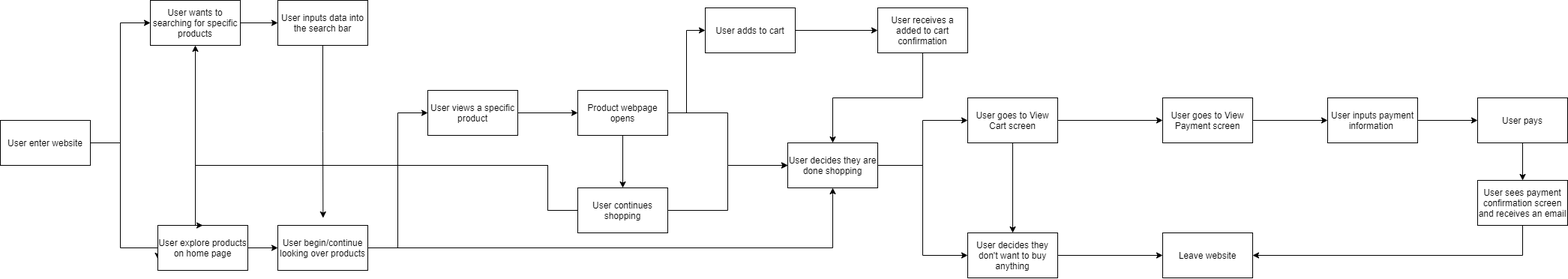
This is explore/diagramming/diagram.drawio.png from Caitlin-Lee/fa21-cse110-lab4, a draw.io export, as it was before one commit. Source tidied: cells renumbered, new cells last; positions are measured from the earlier drawing's top-left corner, leaving out a move shared by most shapes.
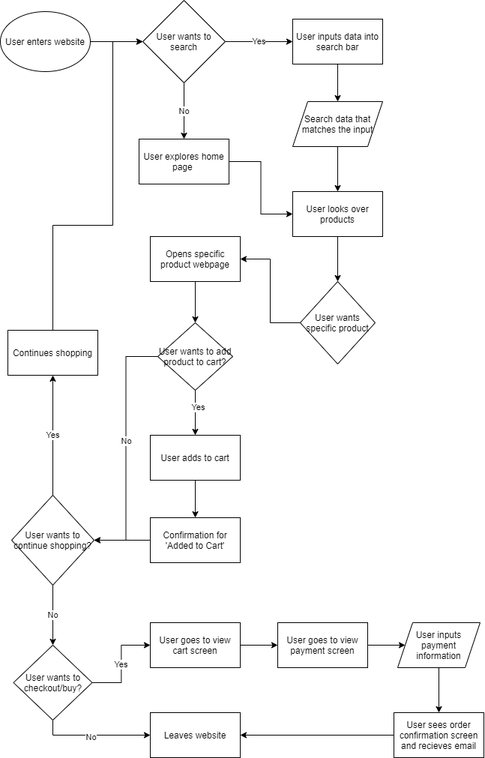
After the change.

The edit, as a diff of the source:
```diff
@@ -2,155 +2,145 @@
   <root>
     <mxCell id="0" />
     <mxCell id="1" parent="0" />
-    <mxCell id="2" style="edgeStyle=orthogonalEdgeStyle;rounded=0;jettySize=auto;html=1;exitX=1;exitY=0.5;exitDx=0;exitDy=0;entryX=0;entryY=0.5;entryDx=0;entryDy=0;" parent="1" edge="1" source="4" target="6">
-      <mxGeometry relative="1" as="geometry" />
-    </mxCell>
-    <mxCell id="3" style="edgeStyle=orthogonalEdgeStyle;rounded=0;jettySize=auto;html=1;exitX=1;exitY=0.5;exitDx=0;exitDy=0;entryX=0;entryY=0.75;entryDx=0;entryDy=0;" parent="1" edge="1" source="4" target="8">
-      <mxGeometry relative="1" as="geometry">
-        <Array as="points">
-          <mxPoint x="160" y="190" />
-          <mxPoint x="160" y="330" />
-          <mxPoint x="210" y="330" />
-        </Array>
-      </mxGeometry>
-    </mxCell>
-    <mxCell id="4" value="User enter website" style="rounded=0;whiteSpace=wrap;html=1;" parent="1" vertex="1">
-      <mxGeometry y="160" width="120" height="60" as="geometry" />
-    </mxCell>
-    <mxCell id="5" style="edgeStyle=orthogonalEdgeStyle;rounded=0;jettySize=auto;html=1;exitX=1;exitY=0.5;exitDx=0;exitDy=0;entryX=0;entryY=0.5;entryDx=0;entryDy=0;" parent="1" edge="1" source="6" target="10">
-      <mxGeometry relative="1" as="geometry" />
-    </mxCell>
-    <mxCell id="6" value="User wants to searching for specific products" style="rounded=0;whiteSpace=wrap;html=1;" parent="1" vertex="1">
-      <mxGeometry x="200" width="120" height="60" as="geometry" />
-    </mxCell>
-    <mxCell id="7" style="edgeStyle=orthogonalEdgeStyle;rounded=0;jettySize=auto;html=1;exitX=1;exitY=0.5;exitDx=0;exitDy=0;entryX=0;entryY=0.5;entryDx=0;entryDy=0;" parent="1" edge="1" source="8" target="13">
-      <mxGeometry relative="1" as="geometry" />
-    </mxCell>
-    <mxCell id="8" value="User explore products on home page" style="rounded=0;whiteSpace=wrap;html=1;" parent="1" vertex="1">
-      <mxGeometry x="210" y="300" width="120" height="60" as="geometry" />
-    </mxCell>
-    <mxCell id="9" style="edgeStyle=orthogonalEdgeStyle;rounded=0;jettySize=auto;html=1;exitX=0.5;exitY=1;exitDx=0;exitDy=0;" parent="1" edge="1" source="10">
-      <mxGeometry relative="1" as="geometry">
-        <mxPoint x="430.4" y="290" as="targetPoint" />
-      </mxGeometry>
-    </mxCell>
-    <mxCell id="10" value="User inputs data into the search bar" style="rounded=0;whiteSpace=wrap;html=1;" parent="1" vertex="1">
-      <mxGeometry x="370" width="120" height="60" as="geometry" />
-    </mxCell>
-    <mxCell id="11" style="edgeStyle=orthogonalEdgeStyle;rounded=0;jettySize=auto;html=1;exitX=1;exitY=0.5;exitDx=0;exitDy=0;entryX=0;entryY=0.5;entryDx=0;entryDy=0;" parent="1" edge="1" source="13" target="15">
-      <mxGeometry relative="1" as="geometry" />
-    </mxCell>
-    <mxCell id="12" style="edgeStyle=orthogonalEdgeStyle;rounded=0;jettySize=auto;html=1;exitX=1;exitY=0.5;exitDx=0;exitDy=0;entryX=0.5;entryY=1;entryDx=0;entryDy=0;" parent="1" edge="1" source="13" target="30">
-      <mxGeometry relative="1" as="geometry" />
-    </mxCell>
-    <mxCell id="13" value="User begin/continue looking over products" style="rounded=0;whiteSpace=wrap;html=1;" parent="1" vertex="1">
-      <mxGeometry x="370" y="300" width="120" height="60" as="geometry" />
-    </mxCell>
-    <mxCell id="14" style="edgeStyle=orthogonalEdgeStyle;rounded=0;jettySize=auto;html=1;exitX=1;exitY=0.5;exitDx=0;exitDy=0;entryX=0;entryY=0.5;entryDx=0;entryDy=0;" parent="1" edge="1" source="15" target="27">
-      <mxGeometry relative="1" as="geometry" />
-    </mxCell>
-    <mxCell id="15" value="User views a specific product" style="rounded=0;whiteSpace=wrap;html=1;" parent="1" vertex="1">
-      <mxGeometry x="570" y="120" width="120" height="60" as="geometry" />
-    </mxCell>
-    <mxCell id="16" style="edgeStyle=orthogonalEdgeStyle;rounded=0;jettySize=auto;html=1;exitX=0;exitY=0.5;exitDx=0;exitDy=0;entryX=0.5;entryY=1;entryDx=0;entryDy=0;" parent="1" edge="1" source="19" target="6">
-      <mxGeometry relative="1" as="geometry">
-        <Array as="points">
-          <mxPoint x="730" y="280" />
-          <mxPoint x="730" y="220" />
-          <mxPoint x="260" y="220" />
-        </Array>
-      </mxGeometry>
-    </mxCell>
-    <mxCell id="17" style="edgeStyle=orthogonalEdgeStyle;rounded=0;jettySize=auto;html=1;exitX=1;exitY=0.5;exitDx=0;exitDy=0;entryX=0;entryY=0.5;entryDx=0;entryDy=0;" parent="1" edge="1" source="19" target="30">
-      <mxGeometry relative="1" as="geometry" />
-    </mxCell>
-    <mxCell id="18" style="edgeStyle=orthogonalEdgeStyle;rounded=0;jettySize=auto;html=1;exitX=0;exitY=0.5;exitDx=0;exitDy=0;entryX=0.5;entryY=0;entryDx=0;entryDy=0;" parent="1" edge="1" source="19" target="8">
-      <mxGeometry relative="1" as="geometry">
-        <Array as="points">
-          <mxPoint x="730" y="280" />
-          <mxPoint x="730" y="220" />
-          <mxPoint x="260" y="220" />
-          <mxPoint x="260" y="300" />
-        </Array>
-      </mxGeometry>
-    </mxCell>
-    <mxCell id="19" value="User continues shopping" style="rounded=0;whiteSpace=wrap;html=1;" parent="1" vertex="1">
-      <mxGeometry x="770" y="250" width="120" height="60" as="geometry" />
-    </mxCell>
-    <mxCell id="20" style="edgeStyle=orthogonalEdgeStyle;rounded=0;jettySize=auto;html=1;exitX=1;exitY=0.5;exitDx=0;exitDy=0;entryX=0;entryY=0.5;entryDx=0;entryDy=0;" parent="1" edge="1" source="21" target="23">
-      <mxGeometry relative="1" as="geometry" />
-    </mxCell>
+    <mxCell id="45" style="edgeStyle=orthogonalEdgeStyle;rounded=0;jettySize=auto;html=1;exitX=1;exitY=0.5;exitDx=0;exitDy=0;entryX=0;entryY=0.5;entryDx=0;entryDy=0;" parent="1" edge="1" source="46" target="49">
+      <mxGeometry relative="1" as="geometry" />
+    </mxCell>
+    <mxCell id="46" value="User enters website" style="ellipse;whiteSpace=wrap;html=1;" parent="1" vertex="1">
+      <mxGeometry x="-10" y="-145" width="120" height="80" as="geometry" />
+    </mxCell>
+    <mxCell id="47" value="Yes" style="edgeStyle=orthogonalEdgeStyle;rounded=0;jettySize=auto;html=1;exitX=1;exitY=0.5;exitDx=0;exitDy=0;entryX=0;entryY=0.5;entryDx=0;entryDy=0;" parent="1" edge="1" source="49" target="51">
+      <mxGeometry relative="1" as="geometry" />
+    </mxCell>
+    <mxCell id="48" value="No" style="edgeStyle=orthogonalEdgeStyle;rounded=0;jettySize=auto;html=1;exitX=0.5;exitY=1;exitDx=0;exitDy=0;entryX=0.5;entryY=0;entryDx=0;entryDy=0;" parent="1" edge="1" source="49" target="53">
+      <mxGeometry relative="1" as="geometry" />
+    </mxCell>
+    <mxCell id="49" value="User wants to search" style="rhombus;whiteSpace=wrap;html=1;" parent="1" vertex="1">
+      <mxGeometry x="180" y="-160" width="110" height="110" as="geometry" />
+    </mxCell>
+    <mxCell id="50" style="edgeStyle=orthogonalEdgeStyle;rounded=0;jettySize=auto;html=1;exitX=0.5;exitY=1;exitDx=0;exitDy=0;" parent="1" edge="1" source="51" target="57">
+      <mxGeometry relative="1" as="geometry" />
+    </mxCell>
+    <mxCell id="51" value="User inputs data into search bar" style="rounded=0;whiteSpace=wrap;html=1;" parent="1" vertex="1">
+      <mxGeometry x="380" y="-135" width="120" height="60" as="geometry" />
+    </mxCell>
+    <mxCell id="52" style="edgeStyle=orthogonalEdgeStyle;rounded=0;jettySize=auto;html=1;exitX=1;exitY=0.5;exitDx=0;exitDy=0;entryX=0;entryY=0.5;entryDx=0;entryDy=0;" parent="1" edge="1" source="53" target="55">
+      <mxGeometry relative="1" as="geometry" />
+    </mxCell>
+    <mxCell id="53" value="User explores home page&amp;nbsp;" style="rounded=0;whiteSpace=wrap;html=1;" parent="1" vertex="1">
+      <mxGeometry x="175" y="25" width="120" height="60" as="geometry" />
+    </mxCell>
+    <mxCell id="54" style="edgeStyle=orthogonalEdgeStyle;rounded=0;jettySize=auto;html=1;exitX=0.5;exitY=1;exitDx=0;exitDy=0;entryX=0.5;entryY=0;entryDx=0;entryDy=0;" parent="1" edge="1" source="55" target="59">
+      <mxGeometry relative="1" as="geometry" />
+    </mxCell>
+    <mxCell id="55" value="User looks over products" style="rounded=0;whiteSpace=wrap;html=1;" parent="1" vertex="1">
+      <mxGeometry x="380" y="95" width="120" height="60" as="geometry" />
+    </mxCell>
+    <mxCell id="56" style="edgeStyle=orthogonalEdgeStyle;rounded=0;jettySize=auto;html=1;" parent="1" edge="1" source="57" target="55">
+      <mxGeometry relative="1" as="geometry" />
+    </mxCell>
+    <mxCell id="57" value="Search data that matches the input" style="shape=parallelogram;perimeter=parallelogramPerimeter;whiteSpace=wrap;html=1;fixedSize=1;" parent="1" vertex="1">
+      <mxGeometry x="380" y="-25" width="120" height="60" as="geometry" />
+    </mxCell>
+    <mxCell id="58" style="edgeStyle=orthogonalEdgeStyle;rounded=0;jettySize=auto;html=1;" parent="1" edge="1" source="59" target="61">
+      <mxGeometry relative="1" as="geometry" />
+    </mxCell>
+    <mxCell id="59" value="User wants specific product" style="rhombus;whiteSpace=wrap;html=1;" parent="1" vertex="1">
+      <mxGeometry x="390" y="215" width="100" height="110" as="geometry" />
+    </mxCell>
+    <mxCell id="60" style="edgeStyle=orthogonalEdgeStyle;rounded=0;jettySize=auto;html=1;exitX=0.5;exitY=1;exitDx=0;exitDy=0;entryX=0.5;entryY=0;entryDx=0;entryDy=0;" parent="1" edge="1" source="61" target="66">
+      <mxGeometry relative="1" as="geometry" />
+    </mxCell>
+    <mxCell id="61" value="Opens specific product webpage" style="whiteSpace=wrap;html=1;" parent="1" vertex="1">
+      <mxGeometry x="190" y="155" width="120" height="60" as="geometry" />
+    </mxCell>
+    <mxCell id="62" style="edgeStyle=orthogonalEdgeStyle;rounded=0;jettySize=auto;html=1;" parent="1" edge="1" source="66" target="21">
+      <mxGeometry relative="1" as="geometry" />
+    </mxCell>
+    <mxCell id="63" value="Yes" style="edgeLabel;html=1;align=center;verticalAlign=middle;" parent="62" vertex="1">
+      <mxGeometry x="-0.26" y="3" relative="1" as="geometry" />
+    </mxCell>
+    <mxCell id="64" style="edgeStyle=orthogonalEdgeStyle;rounded=0;jettySize=auto;html=1;exitX=0;exitY=0.5;exitDx=0;exitDy=0;entryX=1;entryY=0.5;entryDx=0;entryDy=0;" parent="1" edge="1" source="66" target="74">
+      <mxGeometry relative="1" as="geometry" />
+    </mxCell>
+    <mxCell id="65" value="No" style="edgeLabel;html=1;align=center;verticalAlign=middle;" parent="64" vertex="1">
+      <mxGeometry x="-0.08" relative="1" as="geometry">
+        <mxPoint y="1" as="offset" />
+      </mxGeometry>
+    </mxCell>
+    <mxCell id="66" value="User wants to add product to cart?" style="rhombus;whiteSpace=wrap;html=1;" parent="1" vertex="1">
+      <mxGeometry x="200" y="270" width="100" height="90" as="geometry" />
+    </mxCell>
+    <mxCell id="67" style="edgeStyle=orthogonalEdgeStyle;rounded=0;jettySize=auto;html=1;exitX=0.5;exitY=0;exitDx=0;exitDy=0;entryX=0;entryY=0.5;entryDx=0;entryDy=0;" parent="1" edge="1" source="68" target="49">
+      <mxGeometry relative="1" as="geometry">
+        <Array as="points">
+          <mxPoint x="60" y="140" />
+          <mxPoint x="140" y="140" />
+          <mxPoint x="140" y="-105" />
+        </Array>
+      </mxGeometry>
+    </mxCell>
+    <mxCell id="68" value="Continues shopping" style="whiteSpace=wrap;html=1;" parent="1" vertex="1">
+      <mxGeometry y="280" width="120" height="60" as="geometry" />
+    </mxCell>
+    <mxCell id="69" style="edgeStyle=orthogonalEdgeStyle;rounded=0;jettySize=auto;html=1;" parent="1" edge="1" source="21" target="71">
+      <mxGeometry relative="1" as="geometry" />
+    </mxCell>
-    <mxCell id="21" value="User adds to cart" style="rounded=0;whiteSpace=wrap;html=1;" parent="1" vertex="1">
-      <mxGeometry x="940" y="10" width="120" height="60" as="geometry" />
+    <mxCell id="21" value="User adds to cart" style="whiteSpace=wrap;html=1;" parent="1" vertex="1">
+      <mxGeometry x="190" y="420" width="120" height="60" as="geometry" />
     </mxCell>
-    <mxCell id="22" style="edgeStyle=orthogonalEdgeStyle;rounded=0;jettySize=auto;html=1;exitX=0.5;exitY=1;exitDx=0;exitDy=0;entryX=0.5;entryY=0;entryDx=0;entryDy=0;" parent="1" edge="1" source="23" target="30">
-      <mxGeometry relative="1" as="geometry" />
-    </mxCell>
-    <mxCell id="23" value="User receives a added to cart confirmation" style="rounded=0;whiteSpace=wrap;html=1;" parent="1" vertex="1">
-      <mxGeometry x="1170" y="10" width="120" height="60" as="geometry" />
-    </mxCell>
-    <mxCell id="24" style="edgeStyle=orthogonalEdgeStyle;rounded=0;jettySize=auto;html=1;exitX=0.5;exitY=1;exitDx=0;exitDy=0;entryX=0.5;entryY=0;entryDx=0;entryDy=0;" parent="1" edge="1" source="27" target="19">
-      <mxGeometry relative="1" as="geometry" />
-    </mxCell>
-    <mxCell id="25" style="edgeStyle=orthogonalEdgeStyle;rounded=0;jettySize=auto;html=1;exitX=1;exitY=0.5;exitDx=0;exitDy=0;entryX=0;entryY=0.5;entryDx=0;entryDy=0;" parent="1" edge="1" source="27" target="21">
-      <mxGeometry relative="1" as="geometry" />
-    </mxCell>
-    <mxCell id="26" style="edgeStyle=orthogonalEdgeStyle;rounded=0;jettySize=auto;html=1;exitX=1;exitY=0.5;exitDx=0;exitDy=0;entryX=0;entryY=0.5;entryDx=0;entryDy=0;" parent="1" edge="1" source="27" target="30">
-      <mxGeometry relative="1" as="geometry" />
-    </mxCell>
-    <mxCell id="27" value="Product webpage opens" style="rounded=0;whiteSpace=wrap;html=1;" parent="1" vertex="1">
-      <mxGeometry x="770" y="120" width="120" height="60" as="geometry" />
-    </mxCell>
-    <mxCell id="28" style="edgeStyle=orthogonalEdgeStyle;rounded=0;jettySize=auto;html=1;exitX=1;exitY=0.5;exitDx=0;exitDy=0;entryX=0;entryY=0.5;entryDx=0;entryDy=0;" parent="1" edge="1" source="30" target="32">
-      <mxGeometry relative="1" as="geometry" />
-    </mxCell>
-    <mxCell id="29" style="edgeStyle=orthogonalEdgeStyle;rounded=0;jettySize=auto;html=1;exitX=1;exitY=0.5;exitDx=0;exitDy=0;" parent="1" edge="1" source="30" target="35">
-      <mxGeometry relative="1" as="geometry" />
-    </mxCell>
-    <mxCell id="30" value="User decides they are done shopping" style="rounded=0;whiteSpace=wrap;html=1;" parent="1" vertex="1">
-      <mxGeometry x="1050" y="190" width="120" height="60" as="geometry" />
-    </mxCell>
-    <mxCell id="31" style="edgeStyle=orthogonalEdgeStyle;rounded=0;jettySize=auto;html=1;exitX=1;exitY=0.5;exitDx=0;exitDy=0;entryX=0;entryY=0.5;entryDx=0;entryDy=0;" parent="1" edge="1" source="32" target="40">
-      <mxGeometry relative="1" as="geometry" />
-    </mxCell>
-    <mxCell id="32" value="User decides they don't want to buy anything" style="rounded=0;whiteSpace=wrap;html=1;" parent="1" vertex="1">
-      <mxGeometry x="1290" y="310" width="120" height="60" as="geometry" />
-    </mxCell>
-    <mxCell id="33" style="edgeStyle=orthogonalEdgeStyle;rounded=0;jettySize=auto;html=1;exitX=0.5;exitY=1;exitDx=0;exitDy=0;entryX=0.5;entryY=0;entryDx=0;entryDy=0;" parent="1" edge="1" source="35" target="32">
-      <mxGeometry relative="1" as="geometry" />
-    </mxCell>
-    <mxCell id="34" style="edgeStyle=orthogonalEdgeStyle;rounded=0;jettySize=auto;html=1;exitX=1;exitY=0.5;exitDx=0;exitDy=0;" parent="1" edge="1" source="35" target="37">
-      <mxGeometry relative="1" as="geometry" />
-    </mxCell>
-    <mxCell id="35" value="User goes to View Cart screen" style="rounded=0;whiteSpace=wrap;html=1;" parent="1" vertex="1">
-      <mxGeometry x="1290" y="130" width="120" height="60" as="geometry" />
-    </mxCell>
-    <mxCell id="36" style="edgeStyle=orthogonalEdgeStyle;rounded=0;jettySize=auto;html=1;exitX=1;exitY=0.5;exitDx=0;exitDy=0;" parent="1" edge="1" source="37" target="39">
-      <mxGeometry relative="1" as="geometry" />
-    </mxCell>
-    <mxCell id="37" value="User goes to View Payment screen" style="rounded=0;whiteSpace=wrap;html=1;" parent="1" vertex="1">
-      <mxGeometry x="1550" y="130" width="120" height="60" as="geometry" />
-    </mxCell>
-    <mxCell id="38" style="edgeStyle=orthogonalEdgeStyle;rounded=0;jettySize=auto;html=1;exitX=1;exitY=0.5;exitDx=0;exitDy=0;entryX=0;entryY=0.5;entryDx=0;entryDy=0;" parent="1" edge="1" source="39" target="42">
-      <mxGeometry relative="1" as="geometry" />
-    </mxCell>
+    <mxCell id="70" style="edgeStyle=orthogonalEdgeStyle;rounded=0;jettySize=auto;html=1;" parent="1" edge="1" source="71" target="74">
+      <mxGeometry relative="1" as="geometry" />
+    </mxCell>
+    <mxCell id="71" value="Confirmation for 'Added to Cart'" style="whiteSpace=wrap;html=1;" parent="1" vertex="1">
+      <mxGeometry x="190" y="530" width="120" height="60" as="geometry" />
+    </mxCell>
+    <mxCell id="72" value="Yes" style="edgeStyle=orthogonalEdgeStyle;rounded=0;jettySize=auto;html=1;exitX=0.5;exitY=0;exitDx=0;exitDy=0;" parent="1" edge="1" source="74" target="68">
+      <mxGeometry relative="1" as="geometry" />
+    </mxCell>
+    <mxCell id="73" value="No" style="edgeStyle=orthogonalEdgeStyle;rounded=0;jettySize=auto;html=1;exitX=0.5;exitY=1;exitDx=0;exitDy=0;entryX=0.5;entryY=0;entryDx=0;entryDy=0;" parent="1" edge="1" source="74" target="78">
+      <mxGeometry relative="1" as="geometry" />
+    </mxCell>
+    <mxCell id="74" value="User wants to continue shopping?" style="rhombus;whiteSpace=wrap;html=1;" parent="1" vertex="1">
+      <mxGeometry x="5" y="500" width="110" height="120" as="geometry" />
+    </mxCell>
+    <mxCell id="75" value="Yes" style="edgeStyle=orthogonalEdgeStyle;rounded=0;jettySize=auto;html=1;exitX=1;exitY=0.5;exitDx=0;exitDy=0;entryX=0;entryY=0.5;entryDx=0;entryDy=0;" parent="1" edge="1" source="78" target="81">
+      <mxGeometry relative="1" as="geometry" />
+    </mxCell>
+    <mxCell id="76" style="edgeStyle=orthogonalEdgeStyle;rounded=0;jettySize=auto;html=1;exitX=0.5;exitY=1;exitDx=0;exitDy=0;entryX=0;entryY=0.5;entryDx=0;entryDy=0;" parent="1" edge="1" source="78" target="79">
+      <mxGeometry relative="1" as="geometry" />
+    </mxCell>
+    <mxCell id="77" value="No" style="edgeLabel;html=1;align=center;verticalAlign=middle;" parent="76" vertex="1">
+      <mxGeometry x="-0.06" y="-2" relative="1" as="geometry" />
+    </mxCell>
+    <mxCell id="78" value="User wants to checkout/buy?" style="rhombus;whiteSpace=wrap;html=1;" parent="1" vertex="1">
+      <mxGeometry x="7.5" y="700" width="105" height="100" as="geometry" />
+    </mxCell>
+    <mxCell id="79" value="Leaves website" style="whiteSpace=wrap;html=1;" parent="1" vertex="1">
+      <mxGeometry x="190" y="790" width="120" height="60" as="geometry" />
+    </mxCell>
+    <mxCell id="80" style="edgeStyle=orthogonalEdgeStyle;rounded=0;jettySize=auto;html=1;exitX=1;exitY=0.5;exitDx=0;exitDy=0;entryX=0;entryY=0.5;entryDx=0;entryDy=0;" parent="1" edge="1" source="81" target="83">
+      <mxGeometry relative="1" as="geometry" />
+    </mxCell>
+    <mxCell id="81" value="User goes to view cart screen" style="rounded=0;whiteSpace=wrap;html=1;" parent="1" vertex="1">
+      <mxGeometry x="190" y="670" width="120" height="60" as="geometry" />
+    </mxCell>
+    <mxCell id="82" style="edgeStyle=orthogonalEdgeStyle;rounded=0;jettySize=auto;html=1;" parent="1" edge="1" source="83" target="39">
+      <mxGeometry relative="1" as="geometry" />
+    </mxCell>
+    <mxCell id="83" value="User goes to view payment screen" style="rounded=0;whiteSpace=wrap;html=1;" parent="1" vertex="1">
+      <mxGeometry x="360" y="670" width="120" height="60" as="geometry" />
+    </mxCell>
+    <mxCell id="84" style="edgeStyle=orthogonalEdgeStyle;rounded=0;jettySize=auto;html=1;" parent="1" edge="1" source="39" target="86">
+      <mxGeometry relative="1" as="geometry" />
+    </mxCell>
-    <mxCell id="39" value="User inputs payment information&amp;nbsp;" style="rounded=0;whiteSpace=wrap;html=1;" parent="1" vertex="1">
-      <mxGeometry x="1770" y="130" width="120" height="60" as="geometry" />
+    <mxCell id="39" value="User inputs payment information" style="shape=parallelogram;perimeter=parallelogramPerimeter;whiteSpace=wrap;html=1;fixedSize=1;rounded=0;" parent="1" vertex="1">
+      <mxGeometry x="520" y="670" width="110" height="60" as="geometry" />
     </mxCell>
-    <mxCell id="40" value="Leave website" style="rounded=0;whiteSpace=wrap;html=1;" parent="1" vertex="1">
-      <mxGeometry x="1550" y="310" width="120" height="60" as="geometry" />
-    </mxCell>
-    <mxCell id="41" style="edgeStyle=orthogonalEdgeStyle;rounded=0;jettySize=auto;html=1;exitX=0.5;exitY=1;exitDx=0;exitDy=0;entryX=0.5;entryY=0;entryDx=0;entryDy=0;" parent="1" edge="1" source="42" target="44">
-      <mxGeometry relative="1" as="geometry" />
-    </mxCell>
-    <mxCell id="42" value="User pays" style="rounded=0;whiteSpace=wrap;html=1;" parent="1" vertex="1">
-      <mxGeometry x="1970" y="130" width="120" height="60" as="geometry" />
-    </mxCell>
-    <mxCell id="43" style="edgeStyle=orthogonalEdgeStyle;rounded=0;jettySize=auto;html=1;exitX=0.5;exitY=1;exitDx=0;exitDy=0;entryX=1;entryY=0.5;entryDx=0;entryDy=0;" parent="1" edge="1" source="44" target="40">
-      <mxGeometry relative="1" as="geometry" />
-    </mxCell>
-    <mxCell id="44" value="User sees payment confirmation screen and receives an email" style="rounded=0;whiteSpace=wrap;html=1;" parent="1" vertex="1">
-      <mxGeometry x="1970" y="240" width="120" height="60" as="geometry" />
-    </mxCell>
+    <mxCell id="85" style="edgeStyle=orthogonalEdgeStyle;rounded=0;jettySize=auto;html=1;exitX=0;exitY=0.5;exitDx=0;exitDy=0;entryX=1;entryY=0.5;entryDx=0;entryDy=0;" parent="1" edge="1" source="86" target="79">
+      <mxGeometry relative="1" as="geometry" />
+    </mxCell>
+    <mxCell id="86" value="User sees order confirmation screen and recieves email" style="whiteSpace=wrap;html=1;rounded=0;" parent="1" vertex="1">
+      <mxGeometry x="515" y="790" width="120" height="60" as="geometry" />
+    </mxCell>
   </root>
 </mxGraphModel>
```
